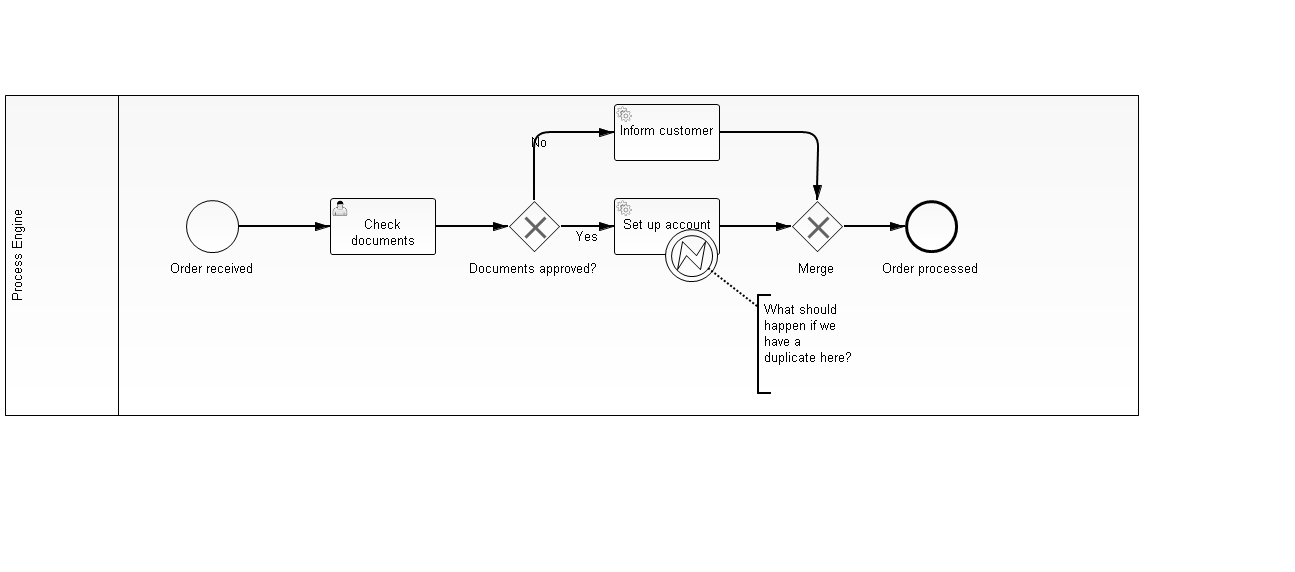
The BPMN diagram bank-account-opening-error-handling/src/main/resources/ADONIS_open-account-errorhandling_simple_model2.png in yuvrajnaidoo/bpmn-miwg-demos, before a commit. Its source is kept beside it as bank-account-opening-error-handling/src/main/resources/ADONIS_open-account-errorhandling_simple_model2.bpmn. Ids are renumbered.
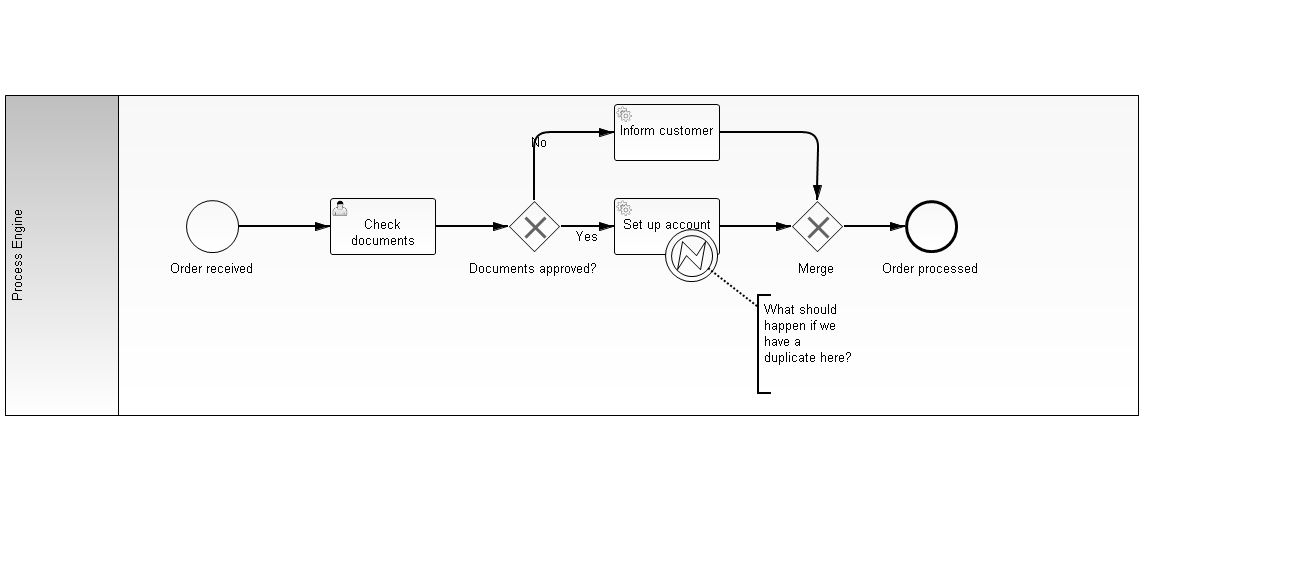
The same file after the commit.

Commit message:
Add technical attributes

The edit, as a diff of the source:
```diff
@@ -8,7 +8,7 @@
     </extensionElements>
     <participant id="obj.270250" name="Process Engine" processRef="obj.270250_process"/>
   </collaboration>
-  <process id="obj.270250_process" name="Process Engine" isExecutable="false">
+  <process id="obj.270250_process" name="Open Bank Account (ADONIS &amp; camunda)" isExecutable="true">
     <extensionElements/>
     <laneSet id="obj.270250_LaneSet">
       <lane id="obj.270253" name=" ">
@@ -23,11 +23,11 @@
         <flowNodeRef>BoundaryEvent_1</flowNodeRef>
       </lane>
     </laneSet>
-    <startEvent id="obj.270256" name="Order received">
+    <startEvent id="obj.270256" activiti:formKey="embedded:app:apply-for-new-bank-account.html" name="Order received">
       <extensionElements/>
       <outgoing>con.270288</outgoing>
     </startEvent>
-    <userTask id="obj.270259" name="Check documents" implementation="##WebService">
+    <userTask id="obj.270259" activiti:assignee="demo" activiti:formKey="app:check-documents.jsf" name="Check documents" implementation="##WebService">
       <extensionElements/>
       <incoming>con.270288</incoming>
       <outgoing>con.270291</outgoing>
@@ -38,12 +38,12 @@
       <outgoing>con.270294</outgoing>
       <outgoing>con.270297</outgoing>
     </exclusiveGateway>
-    <serviceTask id="obj.270265" name="Inform customer" implementation="##WebService">
+    <serviceTask id="obj.270265" activiti:delegateExpression="${customerNotificationDelegate}" name="Inform customer" implementation="##WebService">
       <extensionElements/>
       <incoming>con.270294</incoming>
       <outgoing>con.270300</outgoing>
     </serviceTask>
-    <serviceTask id="obj.270268" name="Set up account" implementation="##WebService">
+    <serviceTask id="obj.270268" activiti:delegateExpression="${accountSetupDelegate}" name="Set up account" implementation="##WebService">
       <extensionElements/>
       <incoming>con.270297</incoming>
       <outgoing>con.270303</outgoing>
@@ -61,10 +61,10 @@
     <sequenceFlow id="con.270288" name="" sourceRef="obj.270256" targetRef="obj.270259"/>
     <sequenceFlow id="con.270291" name="" sourceRef="obj.270259" targetRef="obj.270262"/>
     <sequenceFlow id="con.270294" name="No" sourceRef="obj.270262" targetRef="obj.270265">
-      <conditionExpression xsi:type="tFormalExpression" id="con.270294_condExpr">0,1</conditionExpression>
+      <conditionExpression xsi:type="tFormalExpression">${!approved}</conditionExpression>
     </sequenceFlow>
     <sequenceFlow id="con.270297" name="Yes" sourceRef="obj.270262" targetRef="obj.270268">
-      <conditionExpression xsi:type="tFormalExpression" id="con.270297_condExpr">0,9</conditionExpression>
+      <conditionExpression xsi:type="tFormalExpression">${approved}</conditionExpression>
     </sequenceFlow>
     <sequenceFlow id="con.270300" name="" sourceRef="obj.270265" targetRef="obj.270271"/>
     <sequenceFlow id="con.270303" name="" sourceRef="obj.270268" targetRef="obj.270271"/>
```
